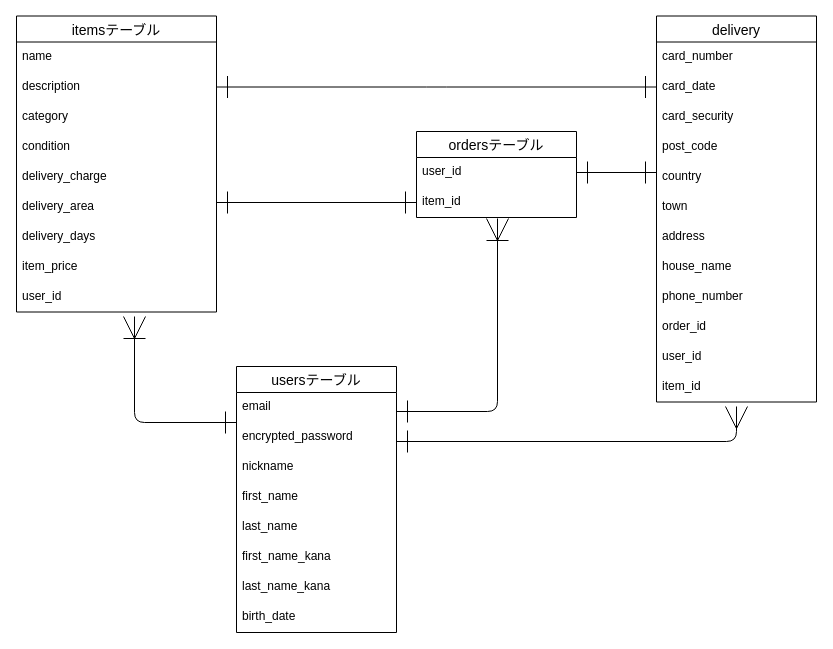
Before: furima.dio in rinooooo/furima-38253, a draw.io diagram. Source tidied: cells renumbered, new cells numbered last; positions are measured from the earlier drawing's top-left corner, leaving out a move shared by most shapes. Both pictures are drawn from the tidied source at 100%, with x=0, y=0 at pixel (16, 16).
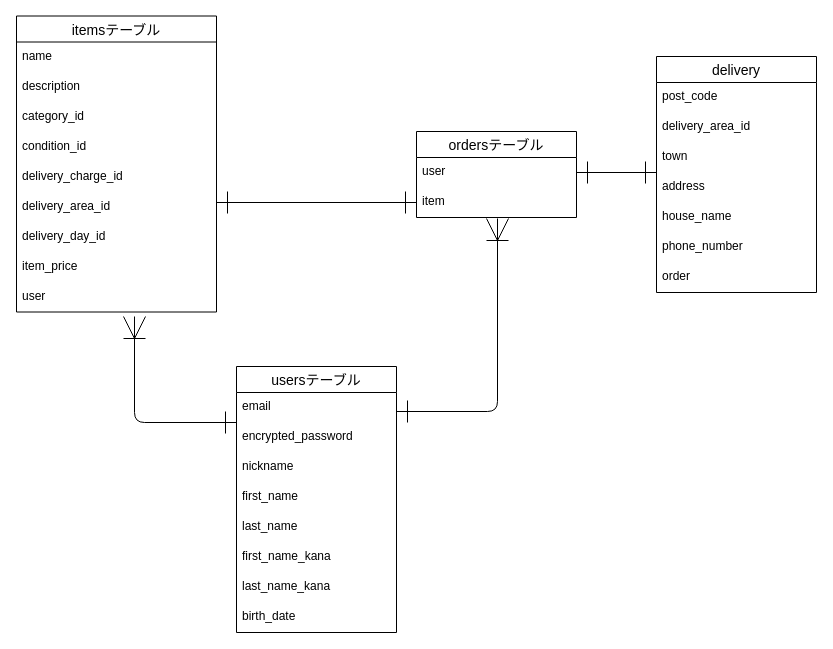
The same diagram, later.

Unchanged cells that the change refers to:
```xml
<mxCell id="2" value="ordersテーブル" style="swimlane;fontStyle=0;horizontal=1;startSize=26;align=center;fontSize=14;" parent="1" vertex="1">
  <mxGeometry x="400" y="115" width="160" height="86" as="geometry" />
</mxCell>
<mxCell id="19" value="itemsテーブル" style="swimlane;fontStyle=0;horizontal=1;startSize=26;align=center;fontSize=14;" parent="1" vertex="1">
  <mxGeometry y="-0.5" width="200" height="296" as="geometry" />
</mxCell>
<mxCell id="21" value="description" style="text;strokeColor=none;fillColor=none;spacingLeft=4;spacingRight=4;overflow=hidden;points=[[0,0.5],[1,0.5]];portConstraint=eastwest;fontSize=12;" parent="19" vertex="1">
  <mxGeometry y="56" width="200" height="30" as="geometry" />
</mxCell>
```

Diff of the diagram source:
```diff
@@
-    <mxCell id="3" value="user_id" style="text;strokeColor=none;fillColor=none;spacingLeft=4;spacingRight=4;overflow=hidden;points=[[0,0.5],[1,0.5]];portConstraint=eastwest;fontSize=12;" parent="2" vertex="1">
+    <mxCell id="3" value="user" style="text;strokeColor=none;fillColor=none;spacingLeft=4;spacingRight=4;overflow=hidden;points=[[0,0.5],[1,0.5]];portConstraint=eastwest;fontSize=12;" parent="2" vertex="1">
       <mxGeometry y="26" width="160" height="30" as="geometry" />
     </mxCell>
-    <mxCell id="4" value="item_id" style="text;strokeColor=none;fillColor=none;spacingLeft=4;spacingRight=4;overflow=hidden;points=[[0,0.5],[1,0.5]];portConstraint=eastwest;fontSize=12;" parent="2" vertex="1">
+    <mxCell id="4" value="item" style="text;strokeColor=none;fillColor=none;spacingLeft=4;spacingRight=4;overflow=hidden;points=[[0,0.5],[1,0.5]];portConstraint=eastwest;fontSize=12;" parent="2" vertex="1">
       <mxGeometry y="56" width="160" height="30" as="geometry" />
     </mxCell>
-    <mxCell id="5" style="edgeStyle=orthogonalEdgeStyle;html=1;exitX=1;exitY=0.75;exitDx=0;exitDy=0;startArrow=ERone;startFill=0;endArrow=ERmany;endFill=0;startSize=20;endSize=20;" parent="1" edge="1">
-      <mxGeometry relative="1" as="geometry">
-        <mxPoint x="380" y="425" as="sourcePoint" />
-        <mxPoint x="720" y="390" as="targetPoint" />
-        <Array as="points">
-          <mxPoint x="720" y="425" />
-        </Array>
-      </mxGeometry>
-    </mxCell>
@@
-    <mxCell id="22" value="category" style="text;strokeColor=none;fillColor=none;spacingLeft=4;spacingRight=4;overflow=hidden;fontSize=12;" parent="19" vertex="1">
+    <mxCell id="22" value="category_id" style="text;strokeColor=none;fillColor=none;spacingLeft=4;spacingRight=4;overflow=hidden;fontSize=12;" parent="19" vertex="1">
       <mxGeometry y="86" width="200" height="30" as="geometry" />
     </mxCell>
-    <mxCell id="23" value="condition" style="text;strokeColor=none;fillColor=none;spacingLeft=4;spacingRight=4;overflow=hidden;fontSize=12;" parent="19" vertex="1">
+    <mxCell id="23" value="condition_id" style="text;strokeColor=none;fillColor=none;spacingLeft=4;spacingRight=4;overflow=hidden;fontSize=12;" parent="19" vertex="1">
       <mxGeometry y="116" width="200" height="30" as="geometry" />
     </mxCell>
-    <mxCell id="24" value="delivery_charge" style="text;strokeColor=none;fillColor=none;spacingLeft=4;spacingRight=4;overflow=hidden;fontSize=12;" parent="19" vertex="1">
+    <mxCell id="24" value="delivery_charge_id" style="text;strokeColor=none;fillColor=none;spacingLeft=4;spacingRight=4;overflow=hidden;fontSize=12;" parent="19" vertex="1">
       <mxGeometry y="146" width="200" height="30" as="geometry" />
     </mxCell>
-    <mxCell id="25" value="delivery_area" style="text;strokeColor=none;fillColor=none;spacingLeft=4;spacingRight=4;overflow=hidden;fontSize=12;" parent="19" vertex="1">
+    <mxCell id="25" value="delivery_area_id" style="text;strokeColor=none;fillColor=none;spacingLeft=4;spacingRight=4;overflow=hidden;fontSize=12;" parent="19" vertex="1">
       <mxGeometry y="176" width="200" height="30" as="geometry" />
     </mxCell>
-    <mxCell id="26" value="delivery_days" style="text;strokeColor=none;fillColor=none;spacingLeft=4;spacingRight=4;overflow=hidden;fontSize=12;" parent="19" vertex="1">
+    <mxCell id="26" value="delivery_day_id" style="text;strokeColor=none;fillColor=none;spacingLeft=4;spacingRight=4;overflow=hidden;fontSize=12;" parent="19" vertex="1">
       <mxGeometry y="206" width="200" height="30" as="geometry" />
     </mxCell>
@@
-    <mxCell id="28" value="user_id" style="text;strokeColor=none;fillColor=none;spacingLeft=4;spacingRight=4;overflow=hidden;fontSize=12;" parent="19" vertex="1">
+    <mxCell id="28" value="user" style="text;strokeColor=none;fillColor=none;spacingLeft=4;spacingRight=4;overflow=hidden;fontSize=12;" parent="19" vertex="1">
       <mxGeometry y="266" width="200" height="30" as="geometry" />
     </mxCell>
     <mxCell id="29" value="delivery" style="swimlane;fontStyle=0;horizontal=1;startSize=26;align=center;fontSize=14;" parent="1" vertex="1">
-      <mxGeometry x="640" y="-0.5" width="160" height="386" as="geometry" />
+      <mxGeometry x="640" y="40" width="160" height="236" as="geometry" />
     </mxCell>
-    <mxCell id="30" value="card_number" style="text;strokeColor=none;fillColor=none;spacingLeft=4;spacingRight=4;overflow=hidden;fontSize=12;" parent="29" vertex="1">
-      <mxGeometry y="26" width="160" height="30" as="geometry" />
-    </mxCell>
-    <mxCell id="31" value="card_date" style="text;strokeColor=none;fillColor=none;spacingLeft=4;spacingRight=4;overflow=hidden;points=[[0,0.5],[1,0.5]];portConstraint=eastwest;fontSize=12;" parent="29" vertex="1">
-      <mxGeometry y="56" width="160" height="30" as="geometry" />
-    </mxCell>
-    <mxCell id="32" value="card_security" style="text;strokeColor=none;fillColor=none;spacingLeft=4;spacingRight=4;overflow=hidden;fontSize=12;" parent="29" vertex="1">
-      <mxGeometry y="86" width="160" height="30" as="geometry" />
-    </mxCell>
     <mxCell id="33" value="post_code" style="text;strokeColor=none;fillColor=none;spacingLeft=4;spacingRight=4;overflow=hidden;fontSize=12;" parent="29" vertex="1">
-      <mxGeometry y="116" width="160" height="30" as="geometry" />
+      <mxGeometry y="26" width="160" height="30" as="geometry" />
     </mxCell>
-    <mxCell id="34" value="country" style="text;strokeColor=none;fillColor=none;spacingLeft=4;spacingRight=4;overflow=hidden;fontSize=12;" parent="29" vertex="1">
-      <mxGeometry y="146" width="160" height="30" as="geometry" />
+    <mxCell id="34" value="delivery_area_id" style="text;strokeColor=none;fillColor=none;spacingLeft=4;spacingRight=4;overflow=hidden;fontSize=12;" parent="29" vertex="1">
+      <mxGeometry y="56" width="160" height="30" as="geometry" />
     </mxCell>
     <mxCell id="35" value="town" style="text;strokeColor=none;fillColor=none;spacingLeft=4;spacingRight=4;overflow=hidden;fontSize=12;" parent="29" vertex="1">
-      <mxGeometry y="176" width="160" height="30" as="geometry" />
+      <mxGeometry y="86" width="160" height="30" as="geometry" />
     </mxCell>
     <mxCell id="36" value="address" style="text;strokeColor=none;fillColor=none;spacingLeft=4;spacingRight=4;overflow=hidden;fontSize=12;" parent="29" vertex="1">
-      <mxGeometry y="206" width="160" height="30" as="geometry" />
+      <mxGeometry y="116" width="160" height="30" as="geometry" />
     </mxCell>
     <mxCell id="37" value="house_name" style="text;strokeColor=none;fillColor=none;spacingLeft=4;spacingRight=4;overflow=hidden;fontSize=12;" parent="29" vertex="1">
-      <mxGeometry y="236" width="160" height="30" as="geometry" />
+      <mxGeometry y="146" width="160" height="30" as="geometry" />
     </mxCell>
     <mxCell id="38" value="phone_number" style="text;strokeColor=none;fillColor=none;spacingLeft=4;spacingRight=4;overflow=hidden;fontSize=12;" parent="29" vertex="1">
-      <mxGeometry y="266" width="160" height="30" as="geometry" />
+      <mxGeometry y="176" width="160" height="30" as="geometry" />
     </mxCell>
-    <mxCell id="39" value="order_id" style="text;strokeColor=none;fillColor=none;spacingLeft=4;spacingRight=4;overflow=hidden;fontSize=12;" parent="29" vertex="1">
-      <mxGeometry y="296" width="160" height="30" as="geometry" />
+    <mxCell id="39" value="order" style="text;strokeColor=none;fillColor=none;spacingLeft=4;spacingRight=4;overflow=hidden;fontSize=12;" parent="29" vertex="1">
+      <mxGeometry y="206" width="160" height="30" as="geometry" />
     </mxCell>
-    <mxCell id="40" value="user_id" style="text;strokeColor=none;fillColor=none;spacingLeft=4;spacingRight=4;overflow=hidden;fontSize=12;" parent="29" vertex="1">
-      <mxGeometry y="326" width="160" height="30" as="geometry" />
-    </mxCell>
-    <mxCell id="41" value="item_id" style="text;strokeColor=none;fillColor=none;spacingLeft=4;spacingRight=4;overflow=hidden;fontSize=12;" parent="29" vertex="1">
-      <mxGeometry y="356" width="160" height="30" as="geometry" />
-    </mxCell>
-    <mxCell id="42" style="edgeStyle=elbowEdgeStyle;html=1;exitX=1;exitY=0.5;exitDx=0;exitDy=0;entryX=0;entryY=0.5;entryDx=0;entryDy=0;startArrow=ERone;startFill=0;endArrow=ERone;endFill=0;startSize=20;endSize=20;" parent="1" edge="1" source="21" target="31">
-      <mxGeometry relative="1" as="geometry" />
-    </mxCell>
```
